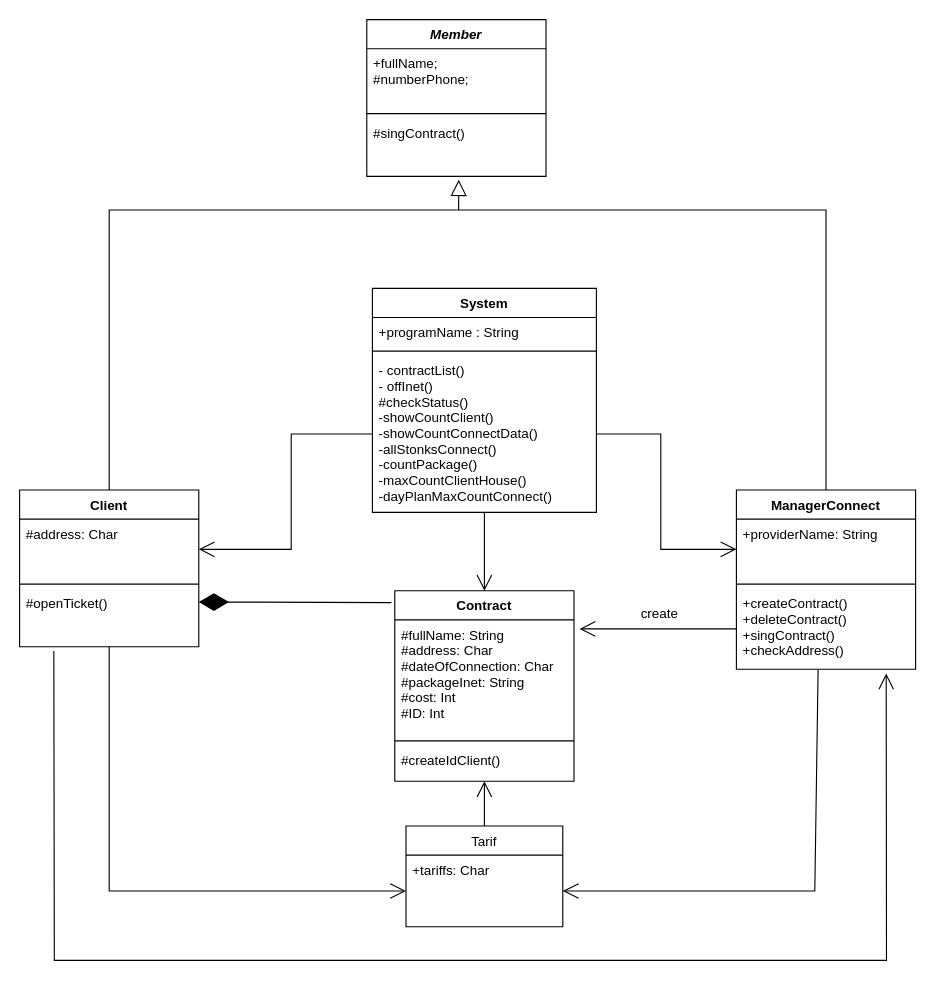
Before: UML-diagramm.drawio in Maks151702/Kyrsach_OOP, a draw.io diagram. Source tidied: cells renumbered, new cells numbered last; positions are measured from the earlier drawing's top-left corner, leaving out a move shared by most shapes. Both pictures are drawn from the tidied source at 112%, with x=0, y=0 at pixel (19, 19).
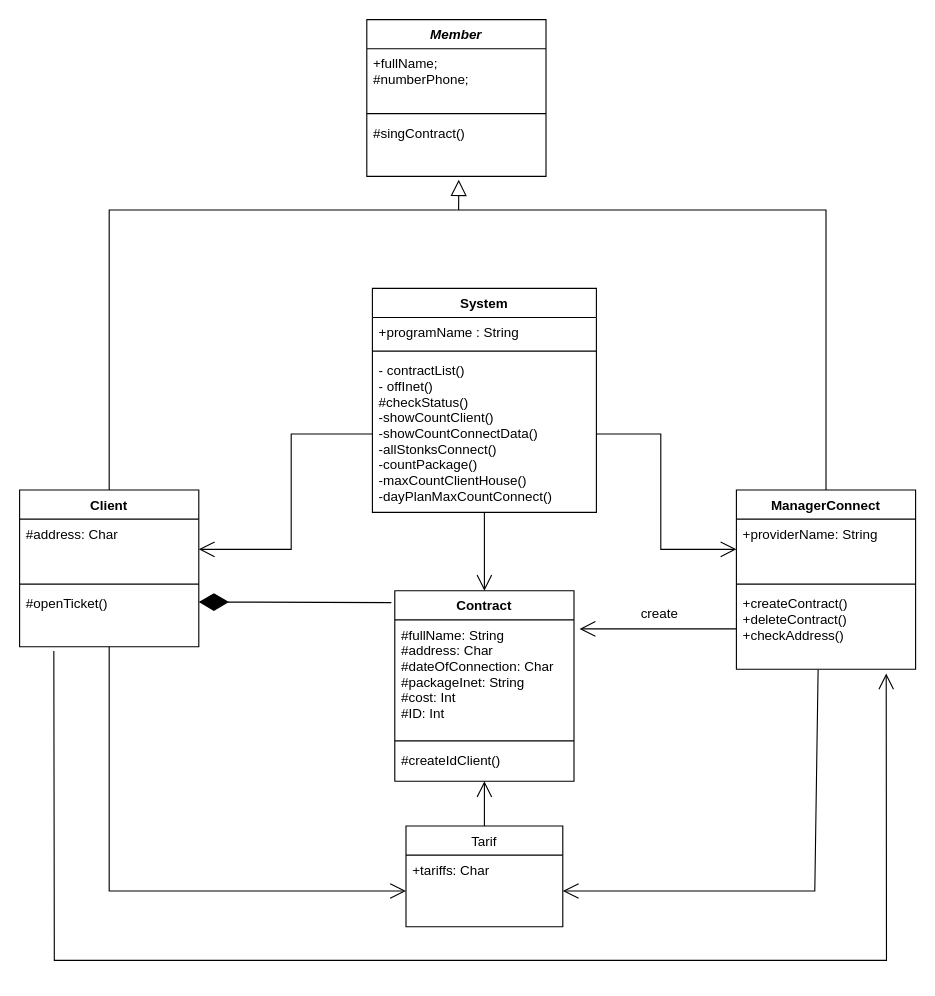
Above is the later version.

Unchanged cells that the change refers to:
```xml
<mxCell id="13" value="ManagerConnect" style="swimlane;fontStyle=1;align=center;verticalAlign=top;horizontal=1;startSize=26;" parent="1" vertex="1">
  <mxGeometry x="640" y="420" width="160" height="160" as="geometry" />
</mxCell>
```

Diff of the diagram source:
```diff
@@
-    <mxCell id="16" value="+createContract()&#10;+deleteContract()&#10;+singContract()&#10;+checkAddress()" style="text;strokeColor=none;fillColor=none;align=left;verticalAlign=top;spacingLeft=4;spacingRight=4;overflow=hidden;points=[[0,0.5],[1,0.5]];portConstraint=eastwest;" parent="13" vertex="1">
+    <mxCell id="16" value="+createContract()&#10;+deleteContract()&#10;+checkAddress()" style="text;strokeColor=none;fillColor=none;align=left;verticalAlign=top;spacingLeft=4;spacingRight=4;overflow=hidden;points=[[0,0.5],[1,0.5]];portConstraint=eastwest;" parent="13" vertex="1">
       <mxGeometry y="88" width="160" height="72" as="geometry" />
     </mxCell>
```
